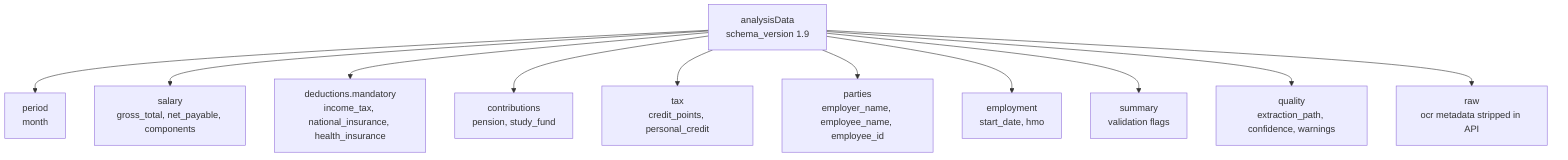
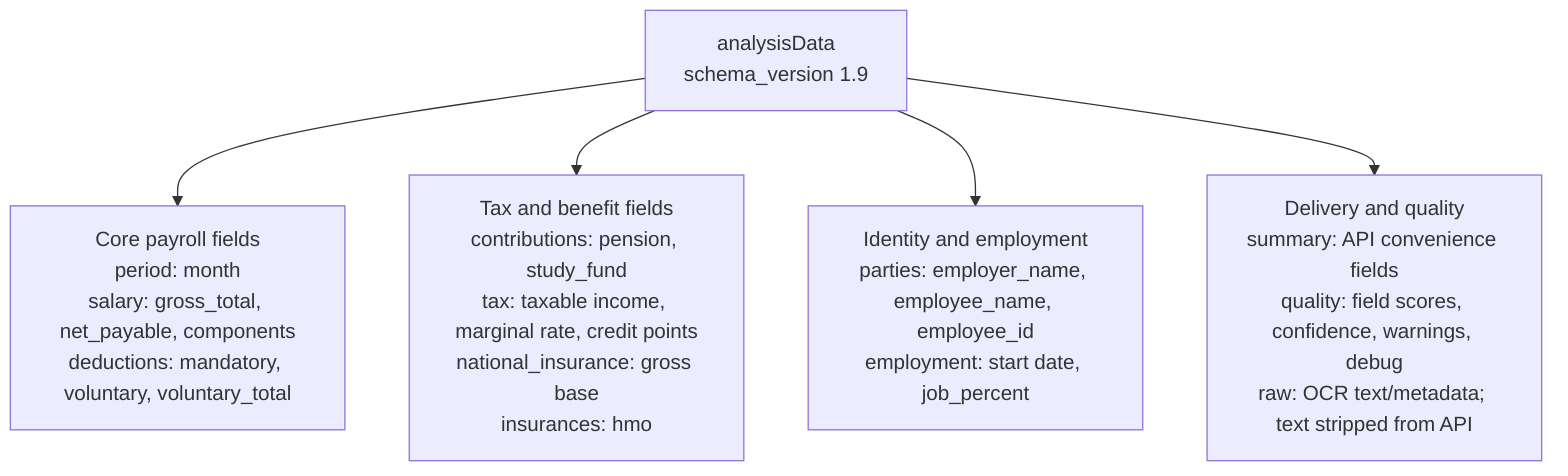
flowchart TB
  Root["analysisData\nschema_version 1.9"]

-   Root --> Period["period\nmonth"]
-   Root --> Salary["salary\ngross_total, net_payable, components"]
-   Root --> Deductions["deductions.mandatory\nincome_tax, national_insurance, health_insurance"]
-   Root --> Contributions["contributions\npension, study_fund"]
-   Root --> Tax["tax\ncredit_points, personal_credit"]
-   Root --> Parties["parties\nemployer_name, employee_name, employee_id"]
-   Root --> Employment["employment\nstart_date, hmo"]
-   Root --> Summary["summary\nvalidation flags"]
-   Root --> Quality["quality\nextraction_path, confidence, warnings"]
-   Root --> Raw["raw\nocr metadata stripped in API"]
+   Root --> Payroll["Core payroll fields\nperiod: month\nsalary: gross_total, net_payable, components\ndeductions: mandatory, voluntary, voluntary_total"]
+   Root --> Benefits["Tax and benefit fields\ncontributions: pension, study_fund\ntax: taxable income, marginal rate, credit points\nnational_insurance: gross base\ninsurances: hmo"]
+   Root --> Identity["Identity and employment\nparties: employer_name, employee_name, employee_id\nemployment: start date, job_percent"]
+   Root --> Metadata["Delivery and quality\nsummary: API convenience fields\nquality: field scores, confidence, warnings, debug\nraw: OCR text/metadata; text stripped from API"]
